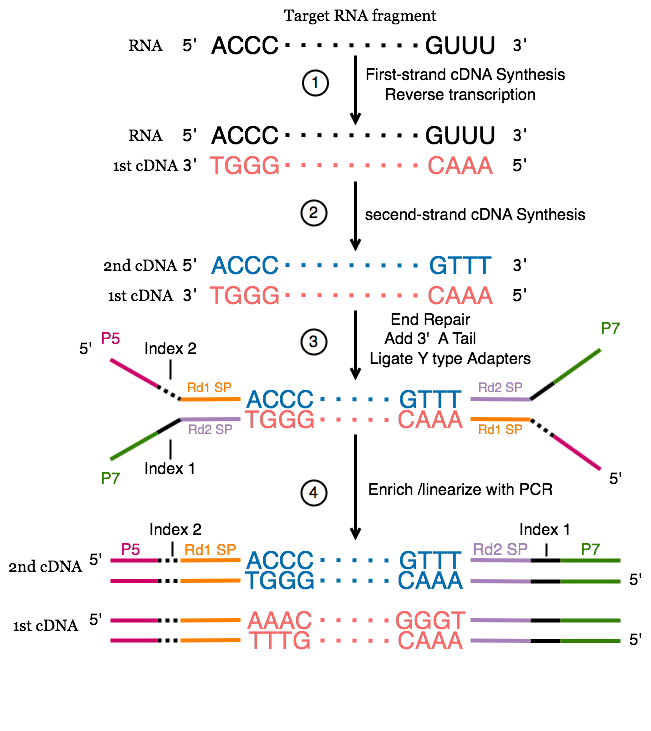
Above: example.png in zyz-hust/Demo (draw.io), before the change. Source tidied: cells renumbered, new cells last; positions are measured from the earlier drawing's top-left corner, leaving out a move shared by most shapes.
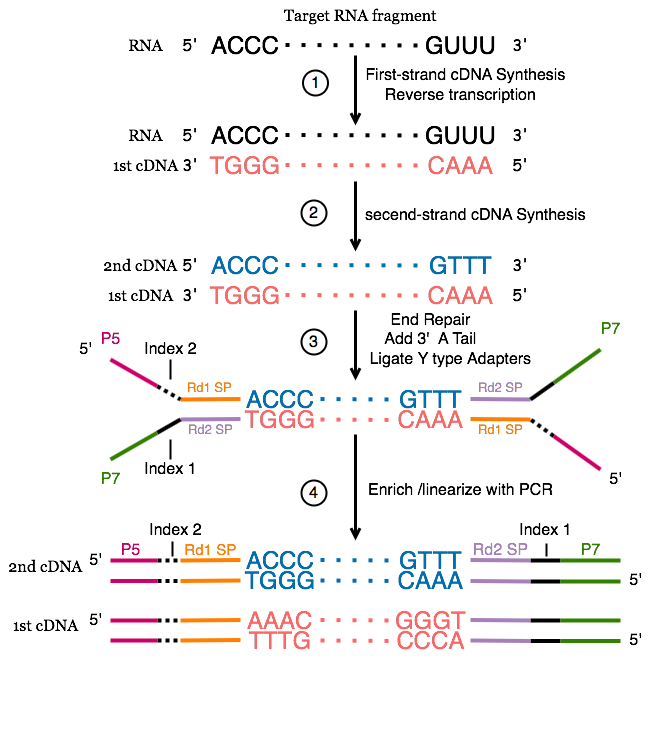
The same diagram one commit later.

Diff of the diagram source:
```diff
@@ -173,7 +173,7 @@
         <mxPoint x="130" y="9.5" as="targetPoint" />
       </mxGeometry>
     </mxCell>
-    <mxCell id="41" value="&lt;font style=&quot;font-size: 24px&quot; color=&quot;#ff6666&quot;&gt;CAAA&lt;/font&gt;" style="text;html=1;align=center;verticalAlign=middle;" parent="34" vertex="1">
+    <mxCell id="41" value="&lt;font style=&quot;font-size: 24px&quot; color=&quot;#ff6666&quot;&gt;CCCA&lt;/font&gt;" style="text;html=1;align=center;verticalAlign=middle;" parent="34" vertex="1">
       <mxGeometry x="280" y="20" width="80" height="20" as="geometry" />
     </mxCell>
     <mxCell id="42" style="endArrow=none;dashed=1;html=1;dashPattern=1 3;strokeWidth=4;strokeColor=#FF6666;" parent="34" edge="1">
```
